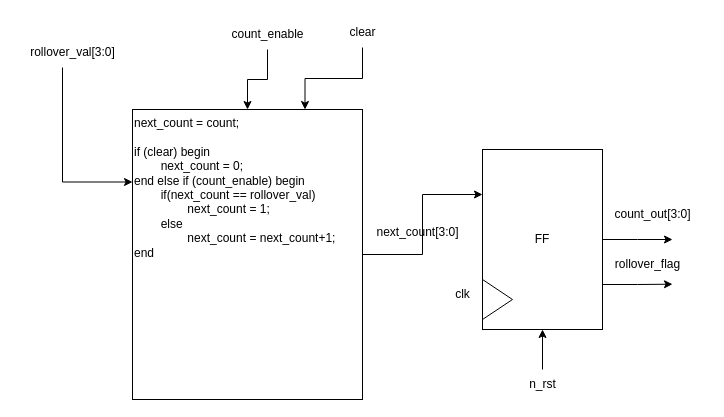
Before: Lab5.drawio in Charvles/ECE337, a draw.io diagram. Source tidied: cells renumbered, new cells numbered last; positions are measured from the earlier drawing's top-left corner, leaving out a move shared by most shapes. Both pictures are drawn from the tidied source at 100%, with x=0, y=0 at pixel (17, 17).
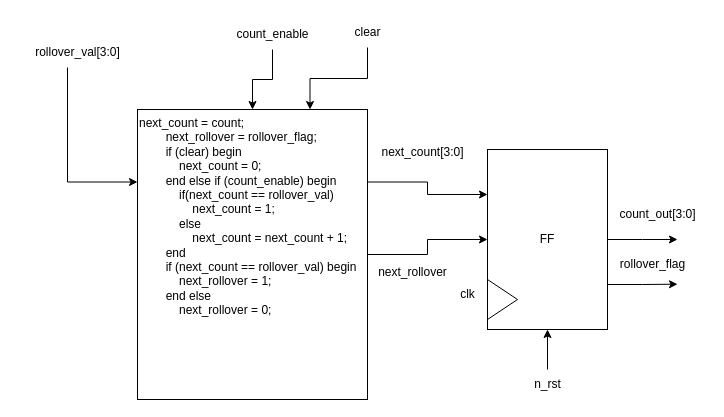
After the change.

The change refers to these unchanged cells:
```xml
<mxCell id="8" value="FF" style="rounded=0;whiteSpace=wrap;html=1;" parent="5" vertex="1">
  <mxGeometry width="120" height="180" as="geometry" />
</mxCell>
```

Change to the diagram source:
```diff
@@
-    <mxCell id="2" style="group;" parent="1" vertex="1">
-      <mxGeometry width="685" height="382" as="geometry" />
-    </mxCell>
-    <mxCell id="3" style="edgeStyle=orthogonalEdgeStyle;rounded=0;jettySize=auto;html=1;entryX=0;entryY=0.25;entryDx=0;entryDy=0;" parent="2" edge="1" source="4" target="8">
+    <mxCell id="3" style="edgeStyle=orthogonalEdgeStyle;rounded=0;jettySize=auto;html=1;entryX=0;entryY=0.25;entryDx=0;entryDy=0;exitX=1;exitY=0.25;exitDx=0;exitDy=0;" parent="1" edge="1" source="4" target="8">
       <mxGeometry relative="1" as="geometry" />
     </mxCell>
+    <mxCell id="22" style="edgeStyle=orthogonalEdgeStyle;rounded=0;jettySize=auto;html=1;exitX=1;exitY=0.5;exitDx=0;exitDy=0;entryX=0;entryY=0.5;entryDx=0;entryDy=0;" parent="1" edge="1" source="4" target="8">
+      <mxGeometry relative="1" as="geometry" />
+    </mxCell>
-    <mxCell id="4" value="next_count = count;&lt;div&gt;&lt;br&gt;&lt;/div&gt;&lt;div&gt;if (clear) begin&lt;/div&gt;&lt;div&gt;&lt;span style=&quot;white-space: pre;&quot;&gt;&#9;&lt;/span&gt;next_count = 0;&lt;br&gt;&lt;/div&gt;&lt;div&gt;end else if (count_enable) begin&lt;/div&gt;&lt;div&gt;&lt;span style=&quot;white-space: pre;&quot;&gt;&#9;&lt;/span&gt;if(next_count == rollover_val)&lt;/div&gt;&lt;div&gt;&lt;span style=&quot;white-space: pre;&quot;&gt;&#9;&lt;span style=&quot;white-space: pre;&quot;&gt;&#9;&lt;/span&gt;&lt;/span&gt;next_count = 1;&amp;nbsp;&lt;/div&gt;&lt;div&gt;&lt;span style=&quot;white-space: pre;&quot;&gt;&#9;&lt;/span&gt;else&amp;nbsp;&lt;br&gt;&lt;/div&gt;&lt;div&gt;&lt;span style=&quot;white-space: pre;&quot;&gt;&#9;&lt;/span&gt;&lt;span style=&quot;white-space: pre;&quot;&gt;&#9;&lt;/span&gt;next_count = next_count+1;&lt;br&gt;&lt;/div&gt;&lt;div&gt;end&lt;/div&gt;" style="rounded=0;whiteSpace=wrap;html=1;align=left;verticalAlign=top;" parent="2" vertex="1">
-      <mxGeometry x="115" y="92" width="230" height="290" as="geometry" />
+    <mxCell id="4" value="&lt;div&gt;next_count = count;&lt;/div&gt;&lt;div&gt;&amp;nbsp; &amp;nbsp; &amp;nbsp; &amp;nbsp; next_rollover = rollover_flag;&lt;/div&gt;&lt;div&gt;&amp;nbsp; &amp;nbsp; &amp;nbsp; &amp;nbsp; if (clear) begin&lt;/div&gt;&lt;div&gt;&amp;nbsp; &amp;nbsp; &amp;nbsp; &amp;nbsp; &amp;nbsp; &amp;nbsp; next_count = 0;&lt;/div&gt;&lt;div&gt;&amp;nbsp; &amp;nbsp; &amp;nbsp; &amp;nbsp; end else if (count_enable) begin&lt;/div&gt;&lt;div&gt;&amp;nbsp; &amp;nbsp; &amp;nbsp; &amp;nbsp; &amp;nbsp; &amp;nbsp; if(next_count == rollover_val)&lt;/div&gt;&lt;div&gt;&amp;nbsp; &amp;nbsp; &amp;nbsp; &amp;nbsp; &amp;nbsp; &amp;nbsp; &amp;nbsp; &amp;nbsp; next_count = 1;&amp;nbsp;&lt;/div&gt;&lt;div&gt;&amp;nbsp; &amp;nbsp; &amp;nbsp; &amp;nbsp; &amp;nbsp; &amp;nbsp; else&amp;nbsp;&lt;/div&gt;&lt;div&gt;&amp;nbsp; &amp;nbsp; &amp;nbsp; &amp;nbsp; &amp;nbsp; &amp;nbsp; &amp;nbsp; &amp;nbsp; next_count = next_count + 1;&lt;/div&gt;&lt;div&gt;&amp;nbsp; &amp;nbsp; &amp;nbsp; &amp;nbsp; end&lt;/div&gt;&lt;div&gt;&amp;nbsp; &amp;nbsp; &amp;nbsp; &amp;nbsp; if (next_count == rollover_val) begin&lt;/div&gt;&lt;div&gt;&amp;nbsp; &amp;nbsp; &amp;nbsp; &amp;nbsp; &amp;nbsp; &amp;nbsp; next_rollover = 1;&lt;/div&gt;&lt;div&gt;&amp;nbsp; &amp;nbsp; &amp;nbsp; &amp;nbsp; end else&lt;/div&gt;&lt;div&gt;&amp;nbsp; &amp;nbsp; &amp;nbsp; &amp;nbsp; &amp;nbsp; &amp;nbsp; next_rollover = 0;&lt;/div&gt;" style="rounded=0;whiteSpace=wrap;html=1;align=left;verticalAlign=top;" parent="1" vertex="1">
+      <mxGeometry x="120" y="92" width="230" height="290" as="geometry" />
     </mxCell>
-    <mxCell id="5" style="group;" parent="2" vertex="1">
-      <mxGeometry x="465" y="132" width="120" height="180" as="geometry" />
+    <mxCell id="5" style="group;" parent="1" vertex="1">
+      <mxGeometry x="470" y="132" width="120" height="180" as="geometry" />
     </mxCell>
@@
-    <mxCell id="10" value="count_out[3:0]" style="text;html=1;align=center;verticalAlign=middle;strokeColor=none;fillColor=none;" parent="2" vertex="1">
-      <mxGeometry x="585" y="182" width="100" height="30" as="geometry" />
+    <mxCell id="10" value="count_out[3:0]" style="text;html=1;align=center;verticalAlign=middle;strokeColor=none;fillColor=none;" parent="1" vertex="1">
+      <mxGeometry x="590" y="182" width="100" height="30" as="geometry" />
     </mxCell>
-    <mxCell id="11" value="next_count[3:0]" style="text;html=1;align=center;verticalAlign=middle;strokeColor=none;fillColor=none;" parent="2" vertex="1">
-      <mxGeometry x="345" y="200" width="110" height="30" as="geometry" />
+    <mxCell id="11" value="next_count[3:0]" style="text;html=1;align=center;verticalAlign=middle;strokeColor=none;fillColor=none;" parent="1" vertex="1">
+      <mxGeometry x="350" y="120" width="110" height="30" as="geometry" />
     </mxCell>
-    <mxCell id="12" value="clk" style="text;html=1;align=center;verticalAlign=middle;strokeColor=none;fillColor=none;" parent="2" vertex="1">
-      <mxGeometry x="425" y="262" width="40" height="30" as="geometry" />
+    <mxCell id="12" value="clk" style="text;html=1;align=center;verticalAlign=middle;strokeColor=none;fillColor=none;" parent="1" vertex="1">
+      <mxGeometry x="430" y="262" width="40" height="30" as="geometry" />
     </mxCell>
-    <mxCell id="13" style="edgeStyle=orthogonalEdgeStyle;rounded=0;jettySize=auto;html=1;entryX=0.5;entryY=1;entryDx=0;entryDy=0;" parent="2" edge="1" source="14" target="8">
+    <mxCell id="13" style="edgeStyle=orthogonalEdgeStyle;rounded=0;jettySize=auto;html=1;entryX=0.5;entryY=1;entryDx=0;entryDy=0;" parent="1" edge="1" source="14" target="8">
       <mxGeometry relative="1" as="geometry" />
     </mxCell>
-    <mxCell id="14" value="n_rst" style="text;html=1;align=center;verticalAlign=middle;points=[];strokeColor=none;fillColor=none;" parent="2" vertex="1">
-      <mxGeometry x="500" y="352" width="50" height="30" as="geometry" />
+    <mxCell id="14" value="n_rst" style="text;html=1;align=center;verticalAlign=middle;points=[];strokeColor=none;fillColor=none;" parent="1" vertex="1">
+      <mxGeometry x="505" y="352" width="50" height="30" as="geometry" />
     </mxCell>
-    <mxCell id="15" value="rollover_flag" style="text;html=1;align=center;verticalAlign=middle;strokeColor=none;fillColor=none;" parent="2" vertex="1">
-      <mxGeometry x="585" y="232" width="90" height="30" as="geometry" />
+    <mxCell id="15" value="rollover_flag" style="text;html=1;align=center;verticalAlign=middle;strokeColor=none;fillColor=none;" parent="1" vertex="1">
+      <mxGeometry x="590" y="232" width="90" height="30" as="geometry" />
     </mxCell>
-    <mxCell id="16" style="edgeStyle=orthogonalEdgeStyle;rounded=0;jettySize=auto;html=1;entryX=0.5;entryY=0;entryDx=0;entryDy=0;" parent="2" edge="1" source="17" target="4">
+    <mxCell id="16" style="edgeStyle=orthogonalEdgeStyle;rounded=0;jettySize=auto;html=1;entryX=0.5;entryY=0;entryDx=0;entryDy=0;" parent="1" edge="1" source="17" target="4">
       <mxGeometry relative="1" as="geometry" />
     </mxCell>
-    <mxCell id="17" value="count_enable" style="text;html=1;align=center;verticalAlign=middle;points=[];strokeColor=none;fillColor=none;" parent="2" vertex="1">
-      <mxGeometry x="200" y="2" width="100" height="30" as="geometry" />
+    <mxCell id="17" value="count_enable" style="text;html=1;align=center;verticalAlign=middle;points=[];strokeColor=none;fillColor=none;" parent="1" vertex="1">
+      <mxGeometry x="205" y="2" width="100" height="30" as="geometry" />
     </mxCell>
-    <mxCell id="18" style="edgeStyle=orthogonalEdgeStyle;rounded=0;jettySize=auto;html=1;entryX=0.75;entryY=0;entryDx=0;entryDy=0;" parent="2" edge="1" source="19" target="4">
+    <mxCell id="18" style="edgeStyle=orthogonalEdgeStyle;rounded=0;jettySize=auto;html=1;entryX=0.75;entryY=0;entryDx=0;entryDy=0;" parent="1" edge="1" source="19" target="4">
       <mxGeometry relative="1" as="geometry" />
     </mxCell>
-    <mxCell id="19" value="clear" style="text;html=1;align=center;verticalAlign=middle;points=[];strokeColor=none;fillColor=none;" parent="2" vertex="1">
-      <mxGeometry x="320" width="50" height="30" as="geometry" />
+    <mxCell id="19" value="clear" style="text;html=1;align=center;verticalAlign=middle;points=[];strokeColor=none;fillColor=none;" parent="1" vertex="1">
+      <mxGeometry x="325" width="50" height="30" as="geometry" />
     </mxCell>
-    <mxCell id="20" style="edgeStyle=orthogonalEdgeStyle;rounded=0;jettySize=auto;html=1;entryX=0;entryY=0.25;entryDx=0;entryDy=0;" parent="2" edge="1" source="21" target="4">
+    <mxCell id="20" style="edgeStyle=orthogonalEdgeStyle;rounded=0;jettySize=auto;html=1;entryX=0;entryY=0.25;entryDx=0;entryDy=0;" parent="1" edge="1" source="21" target="4">
       <mxGeometry relative="1" as="geometry">
         <Array as="points">
-          <mxPoint x="45" y="165" />
+          <mxPoint x="50" y="165" />
         </Array>
       </mxGeometry>
     </mxCell>
-    <mxCell id="21" value="rollover_val[3:0]" style="text;html=1;align=center;verticalAlign=middle;points=[];strokeColor=none;fillColor=none;" parent="2" vertex="1">
-      <mxGeometry y="20" width="110" height="30" as="geometry" />
+    <mxCell id="21" value="rollover_val[3:0]" style="text;html=1;align=center;verticalAlign=middle;points=[];strokeColor=none;fillColor=none;" parent="1" vertex="1">
+      <mxGeometry x="5" y="20" width="110" height="30" as="geometry" />
     </mxCell>
+    <mxCell id="23" value="next_rollover" style="text;html=1;align=center;verticalAlign=middle;strokeColor=none;fillColor=none;" parent="1" vertex="1">
+      <mxGeometry x="350" y="240" width="90" height="30" as="geometry" />
+    </mxCell>
```
